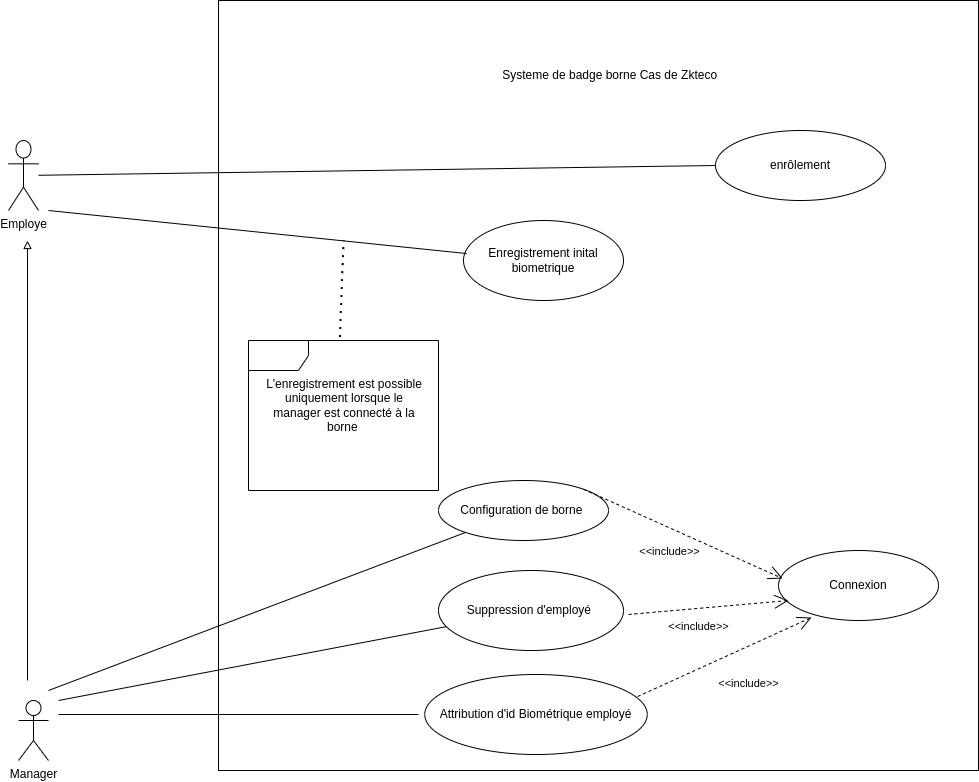
The draw.io diagram static/UsecaseZkteco.drawio.png in Siluearsene/borne_biometrique, before a commit. Source tidied: cells renumbered, new cells last; positions are measured from the earlier drawing's top-left corner, leaving out a move shared by most shapes.
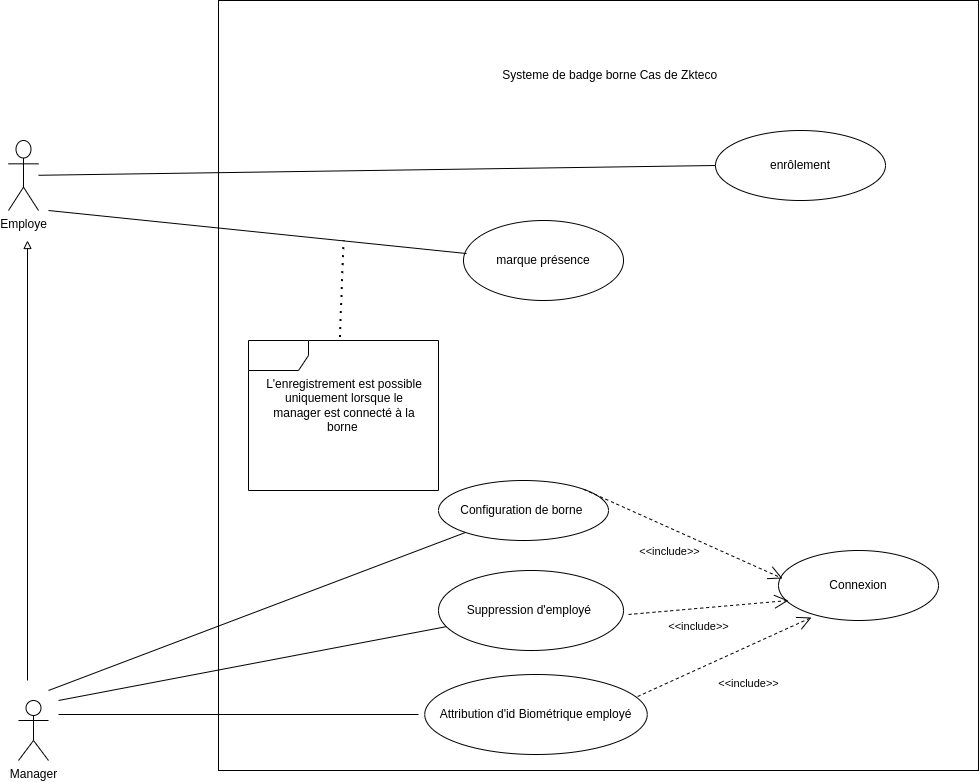
The same file after the commit.

Commit message:
Mettre à jour UsecaseZkteco.drawio.png

What changed in the source:
```diff
@@ -26,7 +26,7 @@
     <mxCell id="8" value="Attribution d'id Biométrique employé" style="ellipse;whiteSpace=wrap;html=1;" parent="1" vertex="1">
       <mxGeometry x="416.2" y="674" width="222.5" height="80" as="geometry" />
     </mxCell>
-    <mxCell id="9" value="Enregistrement inital biometrique" style="ellipse;whiteSpace=wrap;html=1;" parent="1" vertex="1">
+    <mxCell id="9" value="marque présence" style="ellipse;whiteSpace=wrap;html=1;" parent="1" vertex="1">
       <mxGeometry x="455" y="220" width="160" height="80" as="geometry" />
     </mxCell>
     <mxCell id="10" value="Connexion" style="ellipse;whiteSpace=wrap;html=1;" parent="1" vertex="1">
```
